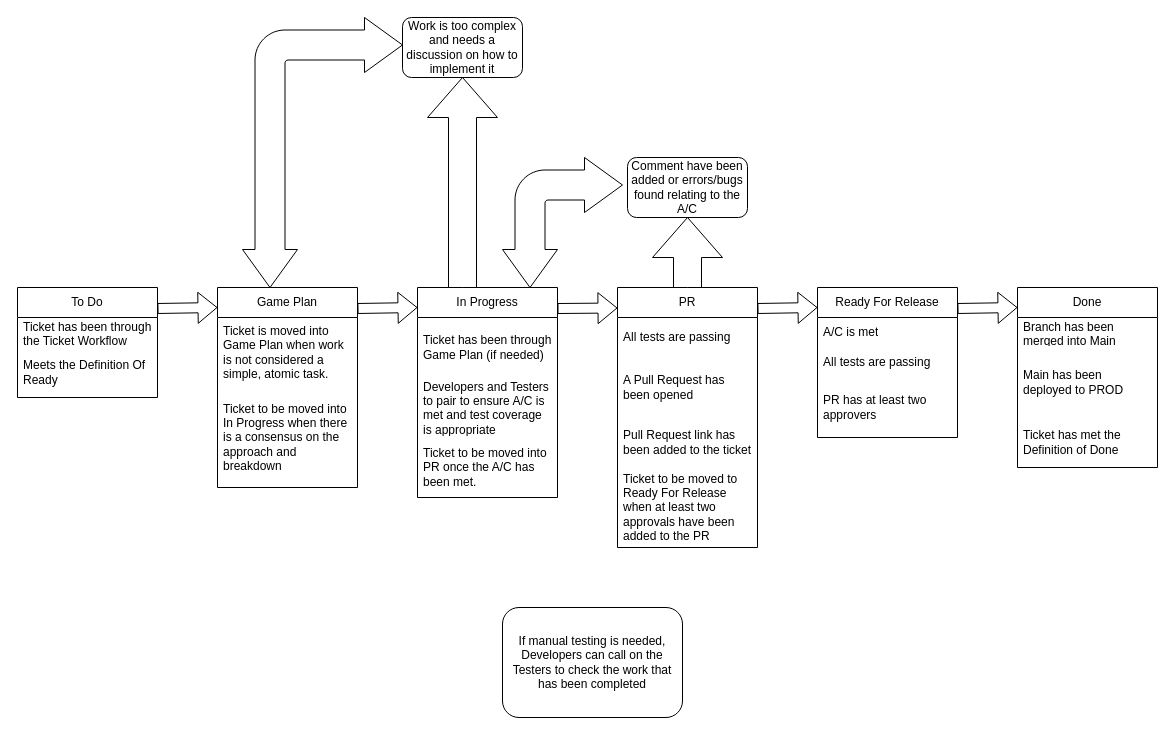
Before: Untitled Diagram.drawio in EmmaHawkins/test_flows, a draw.io diagram. Source tidied: cells renumbered, new cells numbered last; positions are measured from the earlier drawing's top-left corner, leaving out a move shared by most shapes. Both pictures are drawn from the tidied source at 100%, with x=0, y=0 at pixel (17, 17).
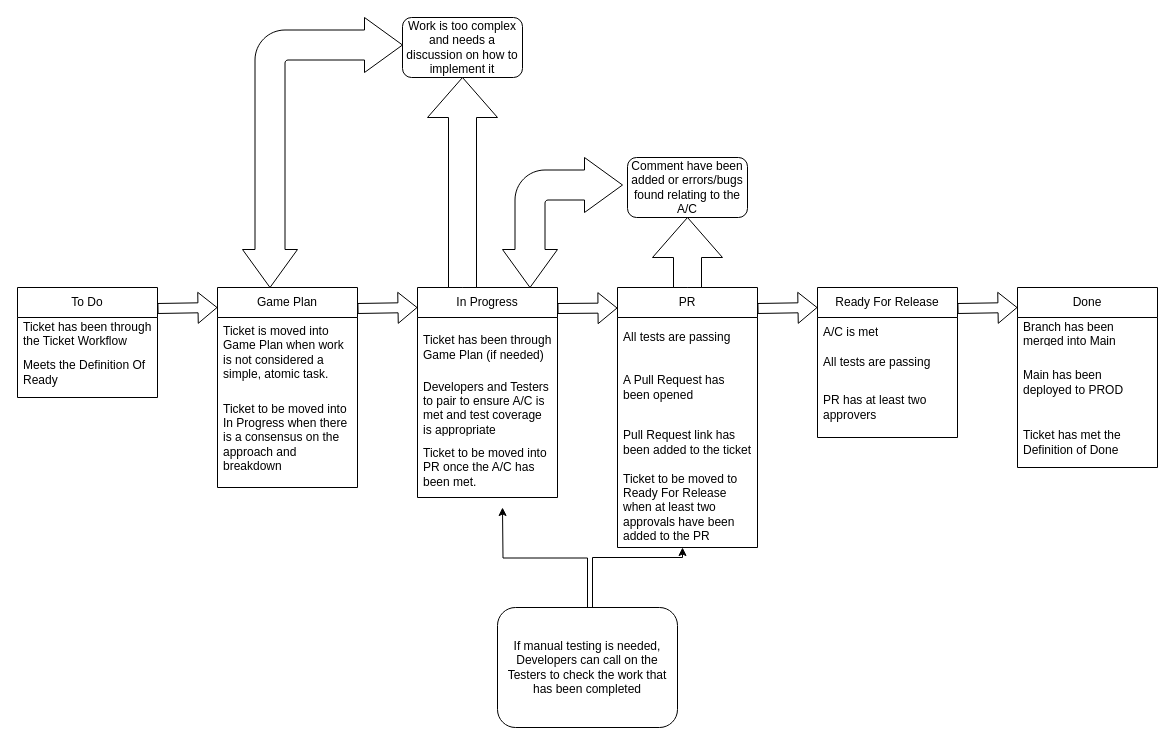
Above is the later version.

The edit, as a diff of the source:
```diff
@@
+    <mxCell id="37" style="edgeStyle=orthogonalEdgeStyle;rounded=0;jettySize=auto;html=1;" parent="1" edge="1" source="36">
+      <mxGeometry relative="1" as="geometry">
+        <mxPoint x="485" y="490" as="targetPoint" />
+      </mxGeometry>
+    </mxCell>
     <mxCell id="36" value="If manual testing is needed, Developers can call on the Testers to check the work that has been completed" style="rounded=1;whiteSpace=wrap;html=1;" parent="1" vertex="1">
-      <mxGeometry x="485" y="590" width="180" height="110" as="geometry" />
+      <mxGeometry x="480" y="590" width="180" height="120" as="geometry" />
     </mxCell>
+    <mxCell id="38" style="edgeStyle=orthogonalEdgeStyle;rounded=0;orthogonalLoop=1;jettySize=auto;html=1;" parent="1" edge="1">
+      <mxGeometry relative="1" as="geometry">
+        <mxPoint x="575" y="590" as="sourcePoint" />
+        <mxPoint x="665" y="530" as="targetPoint" />
+        <Array as="points">
+          <mxPoint x="575" y="540" />
+          <mxPoint x="665" y="540" />
+        </Array>
+      </mxGeometry>
+    </mxCell>
```
